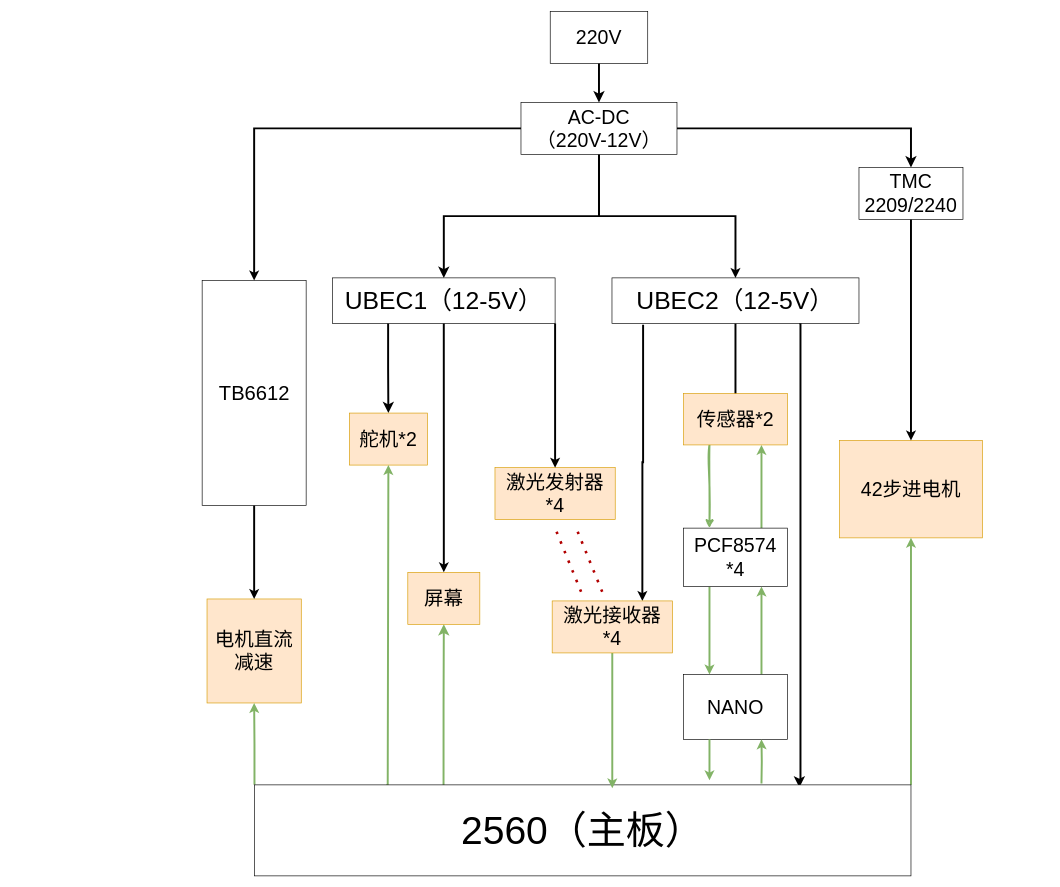
This is 大项目1.0.drawio.xml from xinlanzi/Induisal-design, a draw.io file, before an edit. Source tidied: cells renumbered, new cells numbered last; positions are measured from the earlier drawing's top-left corner, leaving out a move shared by most shapes. Both pictures are drawn from the tidied source at 65%, with x=0, y=0 at pixel (202, 11).
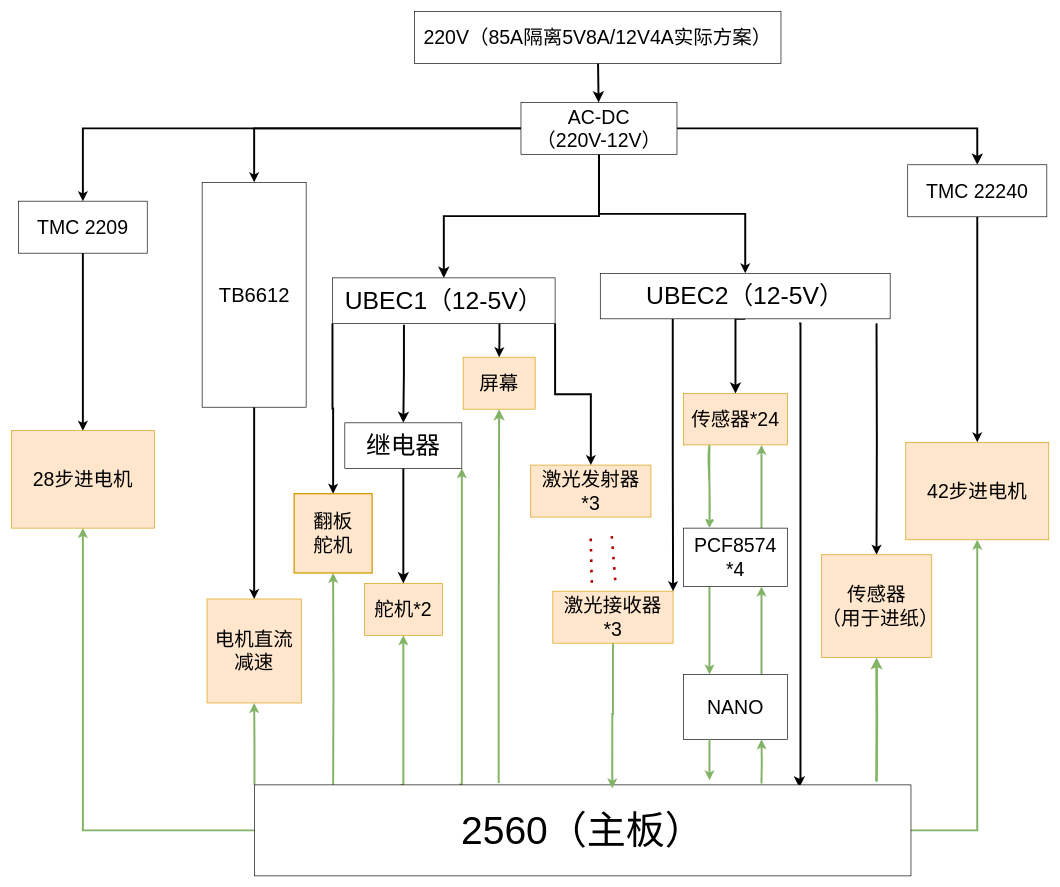
The same page after the edit.

Commit message:
更新大项目1.0.drawio.xml

The change refers to these unchanged cells:
```xml
<mxCell id="14" value="&lt;font style=&quot;font-size: 38px;&quot;&gt;UBEC1（12-5V）&lt;/font&gt;" style="rounded=0;whiteSpace=wrap;html=1;" parent="1" vertex="1">
  <mxGeometry x="200" y="410" width="342.5" height="70" as="geometry" />
</mxCell>
<mxCell id="26" value="&lt;font face=&quot;Helvetica&quot; style=&quot;font-size: 60px;&quot;&gt;2560（主板）&lt;/font&gt;" style="rounded=0;whiteSpace=wrap;html=1;" parent="1" vertex="1">
  <mxGeometry x="80" y="1190" width="1010" height="140" as="geometry" />
</mxCell>
<mxCell id="34" value="&lt;font face=&quot;Helvetica&quot; style=&quot;font-size: 30px;&quot;&gt;AC-DC&lt;/font&gt;&lt;div&gt;&lt;font face=&quot;Helvetica&quot; style=&quot;font-size: 30px;&quot;&gt;（220V-12V）&lt;/font&gt;&lt;/div&gt;" style="rounded=0;whiteSpace=wrap;html=1;" parent="1" vertex="1">
  <mxGeometry x="490" y="140" width="240" height="80" as="geometry" />
</mxCell>
```

What changed in the source:
```diff
@@
-    <mxCell id="3" value="&lt;font style=&quot;font-size: 30px;&quot;&gt;220V&lt;/font&gt;" style="rounded=0;whiteSpace=wrap;html=1;" parent="1" vertex="1">
-      <mxGeometry x="535" width="150" height="80" as="geometry" />
+    <mxCell id="3" value="&lt;font style=&quot;font-size: 30px;&quot;&gt;220V（85A隔离5V8A/12V4A实际方案）&lt;/font&gt;" style="rounded=0;whiteSpace=wrap;html=1;" parent="1" vertex="1">
+      <mxGeometry x="326" width="564" height="80" as="geometry" />
     </mxCell>
@@
     <mxCell id="6" value="&lt;font style=&quot;font-size: 30px;&quot;&gt;42步进电机&lt;/font&gt;" style="rounded=0;whiteSpace=wrap;html=1;fillColor=#ffe6cc;strokeColor=#d79b00;" parent="1" vertex="1">
-      <mxGeometry x="980" y="660" width="220" height="150" as="geometry" />
+      <mxGeometry x="1082" y="663" width="220" height="150" as="geometry" />
     </mxCell>
@@
     <mxCell id="10" value="&lt;font face=&quot;Helvetica&quot; style=&quot;font-size: 31px;&quot;&gt;TB6612&lt;/font&gt;" style="rounded=0;whiteSpace=wrap;html=1;" parent="1" vertex="1">
-      <mxGeometry x="-0.5" y="414" width="160" height="346" as="geometry" />
+      <mxGeometry x="-0.5" y="263" width="160" height="346" as="geometry" />
     </mxCell>
-    <mxCell id="11" style="edgeStyle=orthogonalEdgeStyle;rounded=0;jettySize=auto;html=1;fontSize=12;startSize=8;endSize=8;strokeWidth=3;exitX=0.25;exitY=1;exitDx=0;exitDy=0;" parent="1" edge="1" source="14" target="15">
+    <mxCell id="11" style="edgeStyle=orthogonalEdgeStyle;rounded=0;jettySize=auto;html=1;fontSize=12;startSize=8;endSize=8;strokeWidth=3;exitX=0.5;exitY=1;exitDx=0;exitDy=0;" parent="1" edge="1" source="53" target="15">
       <mxGeometry relative="1" as="geometry" />
     </mxCell>
     <mxCell id="12" style="edgeStyle=orthogonalEdgeStyle;rounded=0;jettySize=auto;html=1;fontSize=12;startSize=8;endSize=8;exitX=0.5;exitY=1;exitDx=0;exitDy=0;strokeWidth=3;entryX=0;entryY=0.5;entryDx=0;entryDy=0;" parent="1" edge="1" source="36" target="31">
       <mxGeometry relative="1" as="geometry">
         <Array as="points">
-          <mxPoint x="820" y="660" />
+          <mxPoint x="820" y="536" />
+          <mxPoint x="820" y="536" />
         </Array>
       </mxGeometry>
     </mxCell>
-    <mxCell id="13" style="edgeStyle=orthogonalEdgeStyle;shape=connector;rounded=0;hachureGap=4;jettySize=auto;html=1;exitX=0.5;exitY=1;exitDx=0;exitDy=0;entryX=0.5;entryY=0;entryDx=0;entryDy=0;strokeColor=default;align=center;verticalAlign=middle;fontFamily=Architects Daughter;fontSize=11;fontColor=default;labelBackgroundColor=default;endArrow=classic;strokeWidth=3;" parent="1" edge="1" source="14" target="29">
+    <mxCell id="13" style="edgeStyle=orthogonalEdgeStyle;shape=connector;rounded=0;hachureGap=4;jettySize=auto;html=1;exitX=0.75;exitY=1;exitDx=0;exitDy=0;entryX=0.5;entryY=0;entryDx=0;entryDy=0;strokeColor=default;align=center;verticalAlign=middle;fontFamily=Architects Daughter;fontSize=11;fontColor=default;labelBackgroundColor=default;endArrow=classic;strokeWidth=3;" parent="1" edge="1" source="14" target="29">
       <mxGeometry relative="1" as="geometry" />
     </mxCell>
+    <mxCell id="44" style="edgeStyle=orthogonalEdgeStyle;rounded=0;jettySize=auto;html=1;exitX=0;exitY=1;exitDx=0;exitDy=0;entryX=0.5;entryY=0;entryDx=0;entryDy=0;strokeWidth=3;" parent="1" edge="1" source="14" target="51">
+      <mxGeometry relative="1" as="geometry" />
+    </mxCell>
@@
     <mxCell id="15" value="&lt;font style=&quot;font-size: 30px;&quot;&gt;舵机*2&lt;/font&gt;" style="rounded=0;whiteSpace=wrap;html=1;fillColor=#ffe6cc;strokeColor=#d79b00;" parent="1" vertex="1">
-      <mxGeometry x="226" y="618" width="120" height="80" as="geometry" />
+      <mxGeometry x="249" y="880" width="120" height="80" as="geometry" />
     </mxCell>
@@
-    <mxCell id="21" style="edgeStyle=orthogonalEdgeStyle;rounded=0;jettySize=auto;html=1;entryX=0.5;entryY=1;entryDx=0;entryDy=0;fontSize=12;startSize=8;endSize=8;fillColor=#d5e8d4;strokeColor=#82b366;strokeWidth=3;exitX=0.288;exitY=0.007;exitDx=0;exitDy=0;exitPerimeter=0;" parent="1" edge="1" source="26" target="29">
+    <mxCell id="21" style="edgeStyle=orthogonalEdgeStyle;rounded=0;jettySize=auto;html=1;entryX=0.5;entryY=1;entryDx=0;entryDy=0;fontSize=12;startSize=8;endSize=8;fillColor=#d5e8d4;strokeColor=#82b366;strokeWidth=3;exitX=0.372;exitY=-0.021;exitDx=0;exitDy=0;exitPerimeter=0;" parent="1" edge="1" source="26" target="29">
       <mxGeometry relative="1" as="geometry" />
     </mxCell>
@@
-    <mxCell id="23" style="edgeStyle=orthogonalEdgeStyle;shape=connector;rounded=0;hachureGap=4;jettySize=auto;html=1;exitX=1;exitY=0;exitDx=0;exitDy=0;entryX=0.5;entryY=1;entryDx=0;entryDy=0;strokeColor=#82b366;align=center;verticalAlign=middle;fontFamily=Architects Daughter;fontSize=11;fontColor=default;labelBackgroundColor=default;endArrow=classic;fillColor=#d5e8d4;strokeWidth=3;" parent="1" edge="1" source="26" target="6">
+    <mxCell id="23" style="edgeStyle=orthogonalEdgeStyle;shape=connector;rounded=0;hachureGap=4;jettySize=auto;html=1;exitX=1;exitY=0.5;exitDx=0;exitDy=0;entryX=0.5;entryY=1;entryDx=0;entryDy=0;strokeColor=#82b366;align=center;verticalAlign=middle;fontFamily=Architects Daughter;fontSize=11;fontColor=default;labelBackgroundColor=default;endArrow=classic;fillColor=#d5e8d4;strokeWidth=3;" parent="1" edge="1" source="26" target="6">
       <mxGeometry relative="1" as="geometry" />
     </mxCell>
@@
-    <mxCell id="25" style="edgeStyle=orthogonalEdgeStyle;shape=connector;rounded=0;hachureGap=4;jettySize=auto;html=1;exitX=0.201;exitY=0.007;exitDx=0;exitDy=0;entryX=0.5;entryY=1;entryDx=0;entryDy=0;strokeColor=#82b366;align=center;verticalAlign=middle;fontFamily=Architects Daughter;fontSize=11;fontColor=default;labelBackgroundColor=default;endArrow=classic;fillColor=#d5e8d4;strokeWidth=3;exitPerimeter=0;" parent="1" edge="1" source="26" target="15">
+    <mxCell id="25" style="edgeStyle=orthogonalEdgeStyle;shape=connector;rounded=0;hachureGap=4;jettySize=auto;html=1;exitX=0.224;exitY=0.036;exitDx=0;exitDy=0;entryX=0.5;entryY=1;entryDx=0;entryDy=0;strokeColor=#82b366;align=center;verticalAlign=middle;fontFamily=Architects Daughter;fontSize=11;fontColor=default;labelBackgroundColor=default;endArrow=classic;fillColor=#d5e8d4;strokeWidth=3;exitPerimeter=0;" parent="1" edge="1" source="26" target="15">
       <mxGeometry relative="1" as="geometry">
         <Array as="points">
-          <mxPoint x="285" y="1190" />
+          <mxPoint x="306" y="1190" />
+          <mxPoint x="309" y="1190" />
         </Array>
       </mxGeometry>
     </mxCell>
+    <mxCell id="45" style="edgeStyle=orthogonalEdgeStyle;rounded=0;jettySize=auto;html=1;entryX=0.5;entryY=1;entryDx=0;entryDy=0;fillColor=#d5e8d4;strokeColor=#82b366;strokeWidth=3;" parent="1" edge="1" target="51">
+      <mxGeometry relative="1" as="geometry">
+        <mxPoint x="201" y="1205" as="sourcePoint" />
+      </mxGeometry>
+    </mxCell>
+    <mxCell id="46" style="edgeStyle=orthogonalEdgeStyle;rounded=0;jettySize=auto;html=1;exitX=0.312;exitY=-0.007;exitDx=0;exitDy=0;entryX=1;entryY=1;entryDx=0;entryDy=0;fillColor=#d5e8d4;strokeColor=#82b366;strokeWidth=3;exitPerimeter=0;" parent="1" edge="1" source="26" target="53">
+      <mxGeometry relative="1" as="geometry">
+        <Array as="points">
+          <mxPoint x="399" y="1190" />
+        </Array>
+      </mxGeometry>
+    </mxCell>
+    <mxCell id="47" style="edgeStyle=orthogonalEdgeStyle;rounded=0;jettySize=auto;html=1;exitX=0;exitY=0.5;exitDx=0;exitDy=0;entryX=0.5;entryY=1;entryDx=0;entryDy=0;fillColor=#d5e8d4;strokeColor=#82b366;strokeWidth=3;" parent="1" edge="1" source="26" target="56">
+      <mxGeometry relative="1" as="geometry" />
+    </mxCell>
+    <mxCell id="48" style="edgeStyle=orthogonalEdgeStyle;rounded=0;jettySize=auto;html=1;strokeWidth=4;fillColor=#d5e8d4;strokeColor=#82b366;" parent="1" edge="1" target="57">
+      <mxGeometry relative="1" as="geometry">
+        <mxPoint x="1037" y="1185" as="sourcePoint" />
+      </mxGeometry>
+    </mxCell>
@@
     <mxCell id="27" style="edgeStyle=orthogonalEdgeStyle;rounded=0;hachureGap=4;jettySize=auto;html=1;exitX=0.5;exitY=1;exitDx=0;exitDy=0;entryX=0.5;entryY=0;entryDx=0;entryDy=0;fontFamily=Architects Daughter;strokeWidth=3;" parent="1" edge="1" source="28" target="6">
       <mxGeometry relative="1" as="geometry">
         <Array as="points">
-          <mxPoint x="1090" y="490" />
-          <mxPoint x="1090" y="490" />
+          <mxPoint x="1192" y="316" />
+          <mxPoint x="1192" y="664" />
         </Array>
       </mxGeometry>
     </mxCell>
-    <mxCell id="28" value="&lt;font style=&quot;font-size: 30px;&quot;&gt;TMC 2209/2240&lt;/font&gt;" style="rounded=0;whiteSpace=wrap;html=1;" parent="1" vertex="1">
-      <mxGeometry x="1010" y="240" width="160" height="80" as="geometry" />
+    <mxCell id="28" value="&lt;font style=&quot;font-size: 30px;&quot;&gt;TMC 22240&lt;/font&gt;" style="rounded=0;whiteSpace=wrap;html=1;" parent="1" vertex="1">
+      <mxGeometry x="1085" y="236" width="214" height="80" as="geometry" />
     </mxCell>
     <mxCell id="29" value="&lt;font style=&quot;font-size: 30px;&quot;&gt;屏幕&lt;/font&gt;" style="rounded=0;whiteSpace=wrap;html=1;fillColor=#ffe6cc;strokeColor=#d79b00;" parent="1" vertex="1">
-      <mxGeometry x="315.9" y="863" width="110.8" height="80" as="geometry" />
+      <mxGeometry x="401" y="532" width="110.8" height="80" as="geometry" />
     </mxCell>
@@
-    <mxCell id="31" value="&lt;font style=&quot;font-size: 30px;&quot;&gt;传感器*2&lt;/font&gt;" style="rounded=0;whiteSpace=wrap;html=1;direction=south;fillColor=#ffe6cc;strokeColor=#d79b00;" parent="1" vertex="1">
+    <mxCell id="31" value="&lt;font style=&quot;font-size: 30px;&quot;&gt;传感器*24&lt;/font&gt;" style="rounded=0;whiteSpace=wrap;html=1;direction=south;fillColor=#ffe6cc;strokeColor=#d79b00;" parent="1" vertex="1">
       <mxGeometry x="740" y="588" width="160" height="79" as="geometry" />
     </mxCell>
@@
+    <mxCell id="49" style="edgeStyle=orthogonalEdgeStyle;rounded=0;jettySize=auto;html=1;exitX=0;exitY=0.5;exitDx=0;exitDy=0;entryX=0.5;entryY=0;entryDx=0;entryDy=0;strokeWidth=3;" parent="1" edge="1" source="34" target="55">
+      <mxGeometry relative="1" as="geometry" />
+    </mxCell>
@@
-    <mxCell id="35" style="edgeStyle=orthogonalEdgeStyle;rounded=0;hachureGap=4;jettySize=auto;html=1;exitX=0.126;exitY=1.029;exitDx=0;exitDy=0;entryX=0.75;entryY=0;entryDx=0;entryDy=0;fontFamily=Architects Daughter;strokeWidth=3;exitPerimeter=0;" parent="1" edge="1" source="36" target="41">
+    <mxCell id="35" style="edgeStyle=orthogonalEdgeStyle;rounded=0;hachureGap=4;jettySize=auto;html=1;entryX=1;entryY=0;entryDx=0;entryDy=0;fontFamily=Architects Daughter;strokeWidth=3;exitX=0.25;exitY=1;exitDx=0;exitDy=0;" parent="1" edge="1" source="36" target="41">
       <mxGeometry relative="1" as="geometry" />
     </mxCell>
+    <mxCell id="50" style="edgeStyle=orthogonalEdgeStyle;rounded=0;jettySize=auto;html=1;entryX=0;entryY=0.5;entryDx=0;entryDy=0;strokeWidth=3;" parent="1" edge="1" target="57">
+      <mxGeometry relative="1" as="geometry">
+        <mxPoint x="1037" y="480" as="sourcePoint" />
+      </mxGeometry>
+    </mxCell>
     <mxCell id="36" value="&lt;font style=&quot;font-size: 38px;&quot;&gt;UBEC2（12-5V）&lt;/font&gt;" style="rounded=0;whiteSpace=wrap;html=1;" parent="1" vertex="1">
-      <mxGeometry x="630" y="410" width="380" height="70" as="geometry" />
+      <mxGeometry x="612" y="403" width="446" height="70" as="geometry" />
     </mxCell>
@@
-    <mxCell id="38" value="&lt;font style=&quot;font-size: 30px;&quot;&gt;激光发射器&lt;/font&gt;&lt;div&gt;&lt;font style=&quot;font-size: 30px;&quot;&gt;*4&lt;/font&gt;&lt;/div&gt;" style="rounded=0;whiteSpace=wrap;html=1;fillColor=#ffe6cc;strokeColor=#d79b00;" parent="1" vertex="1">
-      <mxGeometry x="450" y="702" width="185" height="80" as="geometry" />
+    <mxCell id="38" value="&lt;font style=&quot;font-size: 30px;&quot;&gt;激光发射器&lt;/font&gt;&lt;div&gt;&lt;font style=&quot;font-size: 30px;&quot;&gt;*3&lt;/font&gt;&lt;/div&gt;" style="rounded=0;whiteSpace=wrap;html=1;fillColor=#ffe6cc;strokeColor=#d79b00;" parent="1" vertex="1">
+      <mxGeometry x="505" y="698" width="185" height="80" as="geometry" />
     </mxCell>
@@
-    <mxCell id="41" value="&lt;font style=&quot;font-size: 30px;&quot;&gt;激光接收器&lt;/font&gt;&lt;div&gt;&lt;font style=&quot;font-size: 30px;&quot;&gt;*4&lt;/font&gt;&lt;/div&gt;" style="rounded=0;whiteSpace=wrap;html=1;fillColor=#ffe6cc;strokeColor=#d79b00;" parent="1" vertex="1">
-      <mxGeometry x="538" y="907" width="185" height="80" as="geometry" />
+    <mxCell id="41" value="&lt;font style=&quot;font-size: 30px;&quot;&gt;激光接收器&lt;/font&gt;&lt;div&gt;&lt;font style=&quot;font-size: 30px;&quot;&gt;*3&lt;/font&gt;&lt;/div&gt;" style="rounded=0;whiteSpace=wrap;html=1;fillColor=#ffe6cc;strokeColor=#d79b00;" parent="1" vertex="1">
+      <mxGeometry x="539" y="892" width="185" height="80" as="geometry" />
     </mxCell>
-    <mxCell id="42" style="endArrow=none;dashed=1;html=1;dashPattern=1 3;strokeWidth=4;rounded=0;hachureGap=4;fontFamily=Architects Daughter;fillColor=#e51400;strokeColor=#B20000;" parent="1" edge="1">
+    <mxCell id="42" style="endArrow=none;dashed=1;html=1;dashPattern=1 3;strokeWidth=4;rounded=0;hachureGap=4;fontFamily=Architects Daughter;fillColor=#e51400;strokeColor=#B20000;exitX=0.324;exitY=-0.162;exitDx=0;exitDy=0;exitPerimeter=0;" parent="1" edge="1" source="41">
       <mxGeometry relative="1" as="geometry">
-        <mxPoint x="582.5" y="893" as="sourcePoint" />
-        <mxPoint x="542.5" y="795" as="targetPoint" />
+        <mxPoint x="597" y="800" as="targetPoint" />
       </mxGeometry>
     </mxCell>
     <mxCell id="43" style="endArrow=none;dashed=1;html=1;dashPattern=1 3;strokeWidth=4;rounded=0;hachureGap=4;fontFamily=Architects Daughter;fillColor=#e51400;strokeColor=#B20000;" parent="1" edge="1">
       <mxGeometry relative="1" as="geometry">
-        <mxPoint x="615" y="893" as="sourcePoint" />
-        <mxPoint x="575" y="795" as="targetPoint" />
+        <mxPoint x="635" y="875" as="sourcePoint" />
+        <mxPoint x="629" y="799" as="targetPoint" />
       </mxGeometry>
     </mxCell>
+    <mxCell id="51" value="&lt;font style=&quot;font-size: 30px;&quot;&gt;翻板&lt;/font&gt;&lt;div&gt;&lt;font style=&quot;font-size: 30px;&quot;&gt;舵机&lt;/font&gt;&lt;/div&gt;" style="rounded=0;whiteSpace=wrap;html=1;fillColor=#ffe6cc;strokeColor=#d79b00;strokeWidth=2;" parent="1" vertex="1">
+      <mxGeometry x="141" y="742" width="120" height="122" as="geometry" />
+    </mxCell>
+    <mxCell id="52" style="edgeStyle=orthogonalEdgeStyle;rounded=0;jettySize=auto;html=1;fontSize=12;startSize=8;endSize=8;strokeWidth=3;exitX=0.321;exitY=1.029;exitDx=0;exitDy=0;exitPerimeter=0;" parent="1" edge="1" source="14" target="53">
+      <mxGeometry relative="1" as="geometry" />
+    </mxCell>
+    <mxCell id="53" value="&lt;font style=&quot;font-size: 38px;&quot;&gt;继电器&lt;/font&gt;" style="rounded=0;whiteSpace=wrap;html=1;" parent="1" vertex="1">
+      <mxGeometry x="219" y="633" width="180" height="70" as="geometry" />
+    </mxCell>
+    <mxCell id="54" style="edgeStyle=orthogonalEdgeStyle;rounded=0;jettySize=auto;html=1;exitX=0.5;exitY=1;exitDx=0;exitDy=0;entryX=0.5;entryY=0;entryDx=0;entryDy=0;strokeWidth=3;" parent="1" edge="1" source="55" target="56">
+      <mxGeometry relative="1" as="geometry" />
+    </mxCell>
+    <mxCell id="55" value="&lt;font style=&quot;font-size: 30px;&quot;&gt;TMC 2209&lt;/font&gt;" style="rounded=0;whiteSpace=wrap;html=1;" parent="1" vertex="1">
+      <mxGeometry x="-283" y="292" width="198" height="80" as="geometry" />
+    </mxCell>
+    <mxCell id="56" value="&lt;font style=&quot;font-size: 30px;&quot;&gt;28步进电机&lt;/font&gt;" style="rounded=0;whiteSpace=wrap;html=1;fillColor=#ffe6cc;strokeColor=#d79b00;" parent="1" vertex="1">
+      <mxGeometry x="-294" y="645" width="220" height="150" as="geometry" />
+    </mxCell>
+    <mxCell id="57" value="&lt;font style=&quot;font-size: 30px;&quot;&gt;传感器&lt;/font&gt;&lt;div&gt;&lt;font style=&quot;font-size: 30px;&quot;&gt;（用于进纸）&lt;/font&gt;&lt;/div&gt;" style="rounded=0;whiteSpace=wrap;html=1;direction=south;fillColor=#ffe6cc;strokeColor=#d79b00;" parent="1" vertex="1">
+      <mxGeometry x="952" y="836" width="170" height="158" as="geometry" />
+    </mxCell>
```
